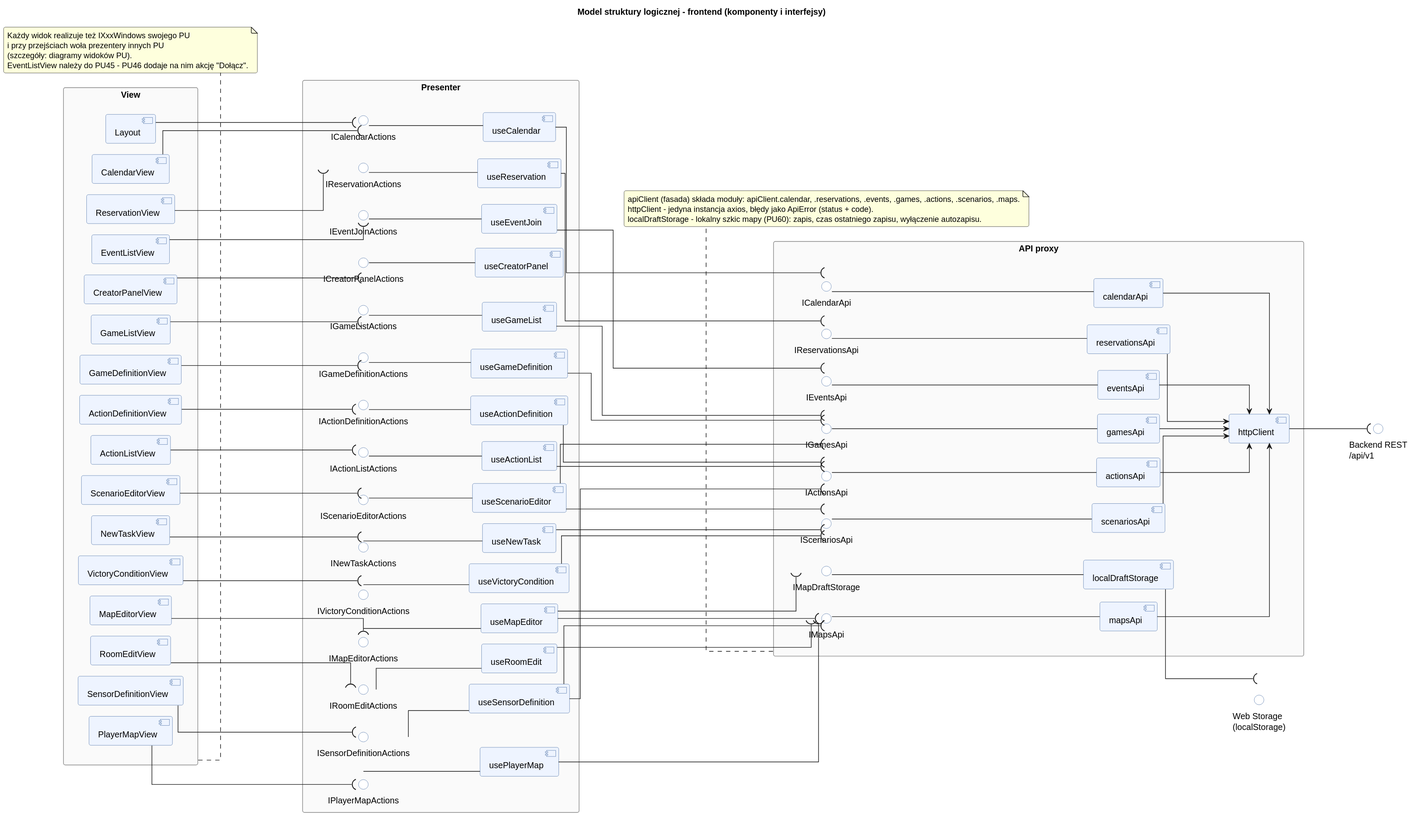
Igor-Ochocki/POP-2026Z keeps this PlantUML diagram as diagrams/rendered/logic_structure_frontend.svg. Above is the earlier version.
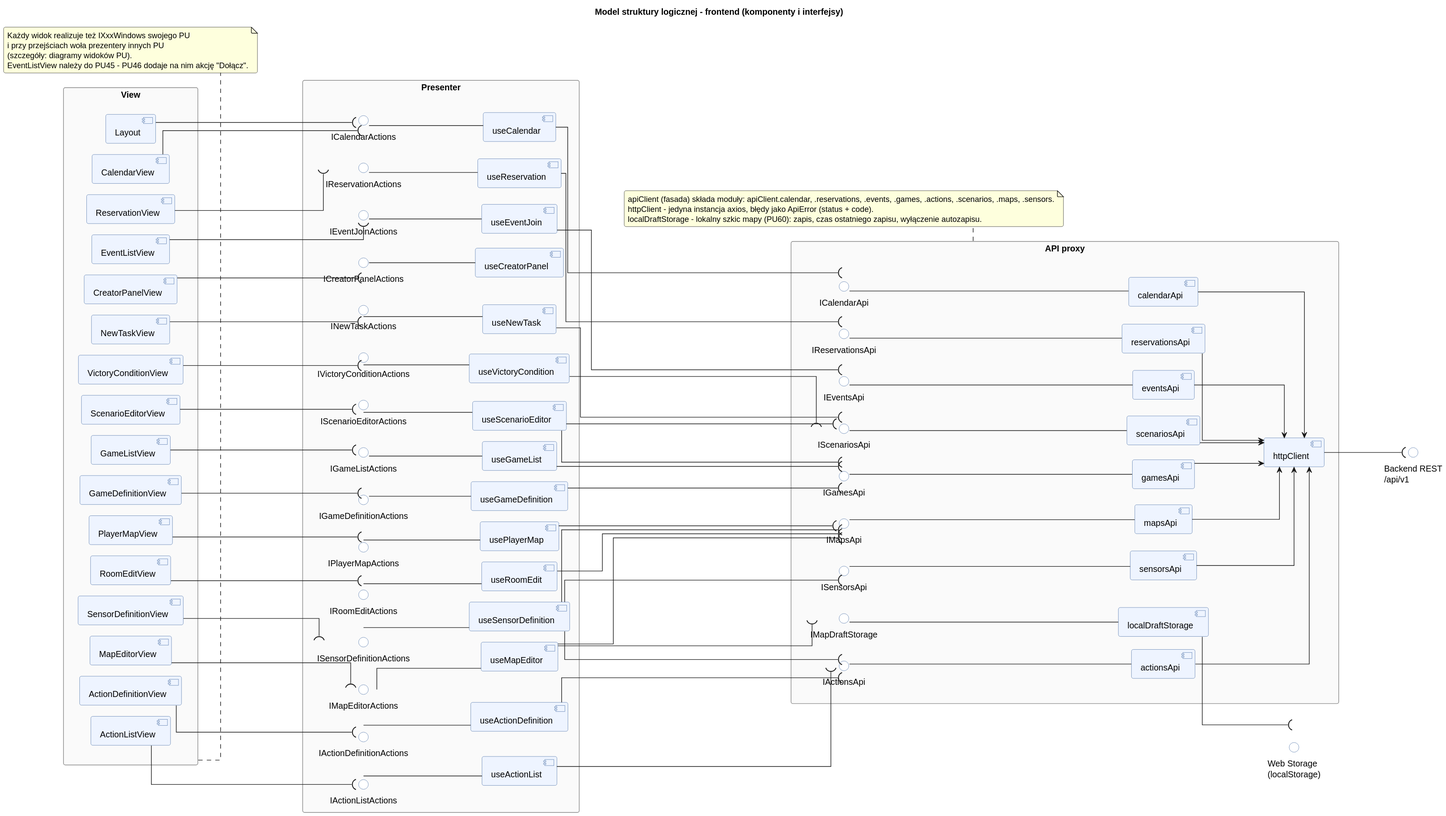
The same file after the commit.

The edit, as a diff of the source:
```diff
@@ -99,6 +99,7 @@
     () "IActionsApi" as IA_Actions
     () "IScenariosApi" as IA_Scenarios
     () "IMapsApi" as IA_Maps
+    () "ISensorsApi" as IA_Sensors
     () "IMapDraftStorage" as IA_Draft
 
     component [calendarApi] as A_Calendar
@@ -108,6 +109,7 @@
     component [actionsApi] as A_Actions
     component [scenariosApi] as A_Scenarios
     component [mapsApi] as A_Maps
+    component [sensorsApi] as A_Sensors
     component [localDraftStorage] as A_Draft
     component [httpClient] as A_Http
 
@@ -118,6 +120,7 @@
     IA_Actions -- A_Actions
     IA_Scenarios -- A_Scenarios
     IA_Maps -- A_Maps
+    IA_Sensors -- A_Sensors
     IA_Draft -- A_Draft
 
     A_Calendar --> A_Http
@@ -127,6 +130,7 @@
     A_Actions --> A_Http
     A_Scenarios --> A_Http
     A_Maps --> A_Http
+    A_Sensors --> A_Http
 }
 
 () "Backend REST\n/api/v1" as REST
@@ -166,12 +170,13 @@
 P_MapEditor --( IA_Maps
 P_MapEditor --( IA_Draft
 P_RoomEdit --( IA_Maps
+P_Sensor --( IA_Sensors
 P_Sensor --( IA_Maps
 P_Sensor --( IA_Actions
 P_PlayerMap --( IA_Maps
 
 note bottom of A
-    apiClient (fasada) składa moduły: apiClient.calendar, .reservations, .events, .games, .actions, .scenarios, .maps.
+    apiClient (fasada) składa moduły: apiClient.calendar, .reservations, .events, .games, .actions, .scenarios, .maps, .sensors.
     httpClient - jedyna instancja axios, błędy jako ApiError (status + code).
     localDraftStorage - lokalny szkic mapy (PU60): zapis, czas ostatniego zapisu, wyłączenie autozapisu.
 end note
```
